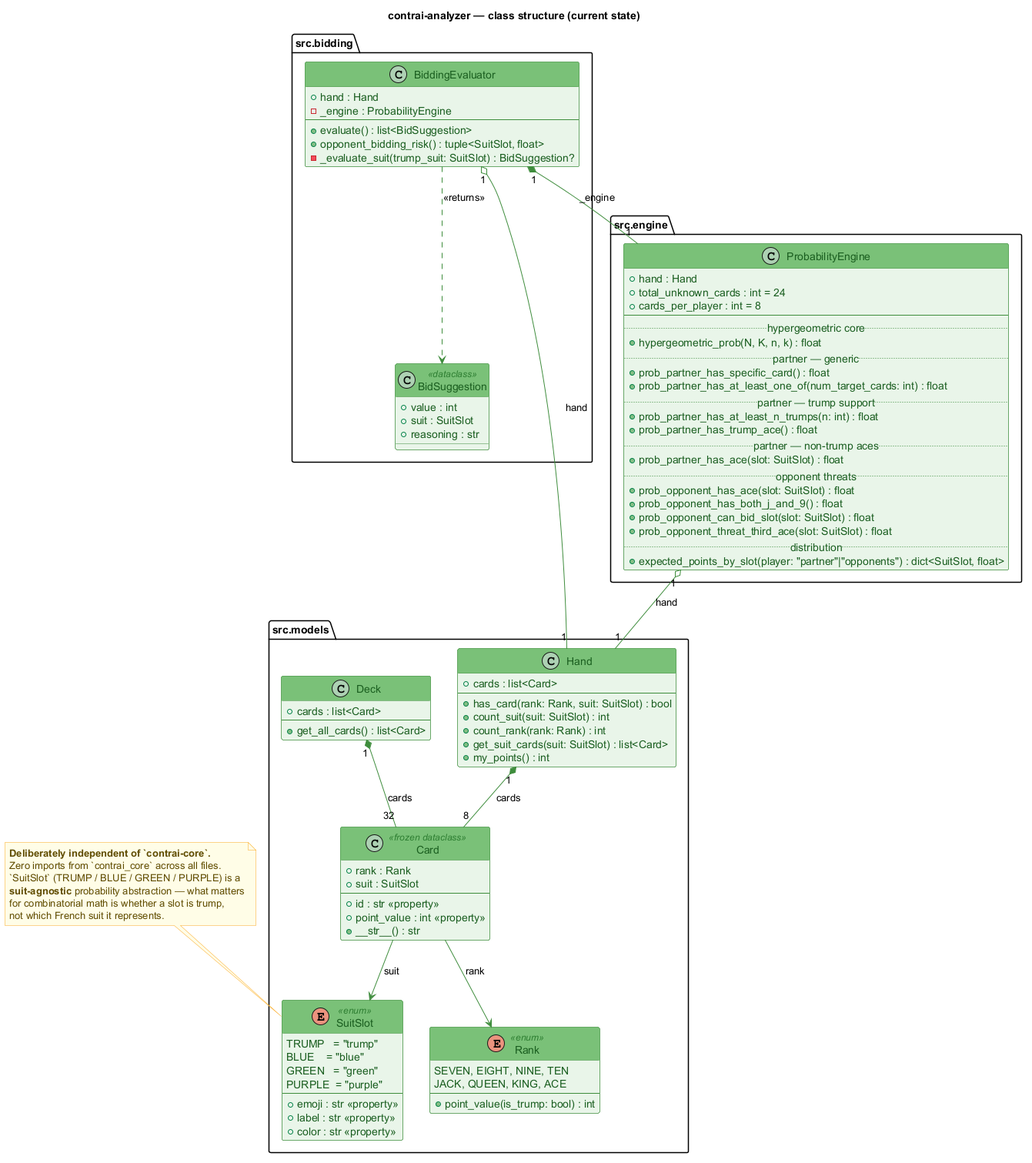
Before: docs/diagrams/class_analyzer.png, a diagram exported from PlantUML (valmathieu/ContrAI).
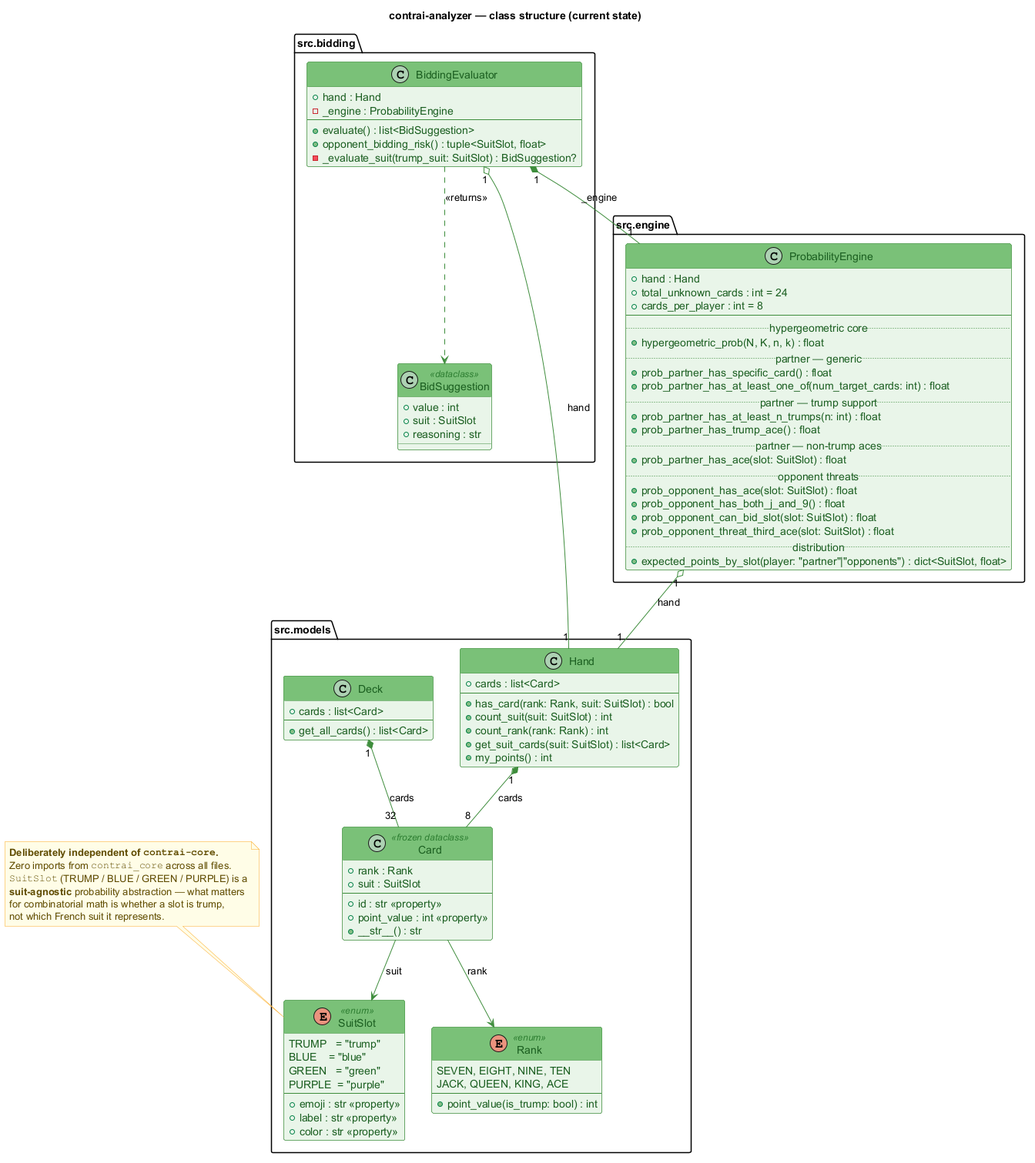
After the change.

Commit message:
docs(diagrams): refresh class diagrams to current code and palette

What changed in the source:
```diff
@@ -125,9 +125,9 @@
 BiddingEvaluator ..> BidSuggestion : <<returns>>
 
 note as N_independence
-  **Deliberately independent of `contrai-core`.**
-  Zero imports from `contrai_core` across all files.
-  `SuitSlot` (TRUMP / BLUE / GREEN / PURPLE) is a
+  **Deliberately independent of ""contrai-core"".**
+  Zero imports from ""contrai_core"" across all files.
+  ""SuitSlot"" (TRUMP / BLUE / GREEN / PURPLE) is a
   **suit-agnostic** probability abstraction — what matters
   for combinatorial math is whether a slot is trump,
   not which French suit it represents.
```
